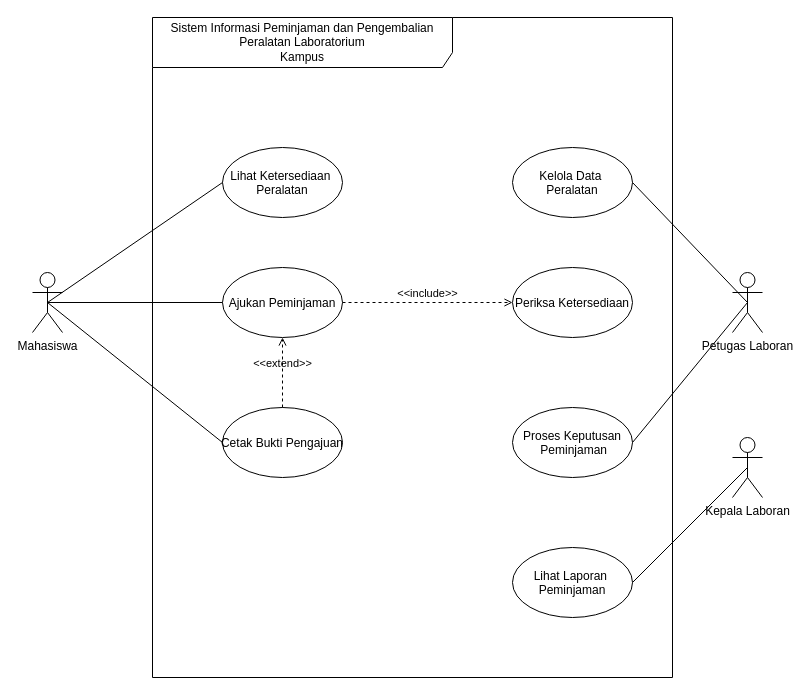
The draw.io diagram 03_latihan_tools/P03/LAB/P03_2406093_LAB_usecase_v01.drawio in rovicantikk/IFRWP5149_2406093_LabAlat, before the edit. Source tidied: cells renumbered, new cells numbered last; positions are measured from the earlier drawing's top-left corner, leaving out a move shared by most shapes. Both pictures are drawn from the tidied source at 100%, with x=0, y=0 at pixel (32, 17).
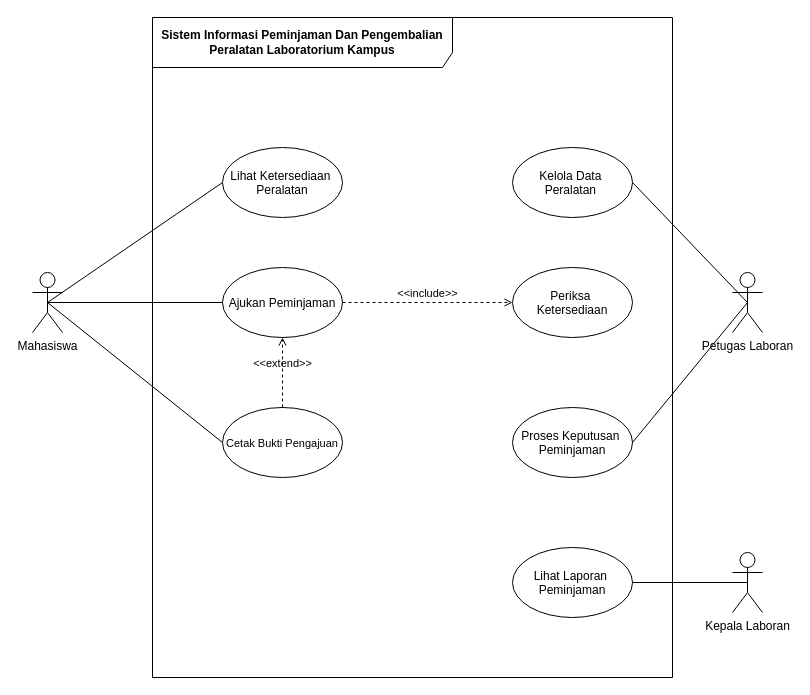
The same page after the edit.

Commit message (it also covers changes not shown here):
Pertemuan 3 Use Case Diagram

Unchanged cells that the change refers to:
```xml
<mxCell id="5" value="Lihat Laporan &#10;Peminjaman" style="ellipse;" parent="2" vertex="1">
  <mxGeometry x="360" y="530" width="120" height="70" as="geometry" />
</mxCell>
<mxCell id="13" value="Petugas Laboran" style="shape=umlActor;verticalLabelPosition=bottom;verticalAlign=top;html=1;" parent="1" vertex="1">
  <mxGeometry x="700" y="255" width="30" height="60" as="geometry" />
</mxCell>
```

Diff of the diagram source:
```diff
@@
-    <mxCell id="2" value="Sistem Informasi Peminjaman dan Pengembalian Peralatan Laboratorium&lt;br/&gt;Kampus" style="shape=umlFrame;whiteSpace=wrap;html=1;width=300;height=50;" parent="1" vertex="1">
+    <mxCell id="2" value="&lt;b&gt;Sistem Informasi Peminjaman Dan Pengembalian&lt;/b&gt;&lt;div&gt;&lt;b&gt;Peralatan Laboratorium Kampus&lt;/b&gt;&lt;/div&gt;" style="shape=umlFrame;whiteSpace=wrap;html=1;width=300;height=50;" parent="1" vertex="1">
       <mxGeometry x="120" width="520" height="660" as="geometry" />
     </mxCell>
@@
-    <mxCell id="4" value="Kelola Data &#10;Peralatan" style="ellipse;" parent="2" vertex="1">
+    <mxCell id="4" value="Kelola Data &#10;Peralatan " style="ellipse;" parent="2" vertex="1">
       <mxGeometry x="360" y="130" width="120" height="70" as="geometry" />
     </mxCell>
@@
-    <mxCell id="7" value="Cetak Bukti Pengajuan" style="ellipse;" parent="2" vertex="1">
+    <mxCell id="7" value="Cetak Bukti Pengajuan" style="ellipse;fontSize=11;" parent="2" vertex="1">
       <mxGeometry x="70" y="390" width="120" height="70" as="geometry" />
     </mxCell>
-    <mxCell id="8" value="Proses Keputusan&#10; Peminjaman" style="ellipse;" parent="2" vertex="1">
-      <mxGeometry x="360" y="390" width="120" height="70" as="geometry" />
-    </mxCell>
-    <mxCell id="9" value="Periksa Ketersediaan" style="ellipse;" parent="2" vertex="1">
+    <mxCell id="9" value="Periksa &#10;Ketersediaan" style="ellipse;" parent="2" vertex="1">
       <mxGeometry x="360" y="250" width="120" height="70" as="geometry" />
     </mxCell>
@@
+    <mxCell id="8" value="Proses Keputusan &#10;Peminjaman" style="ellipse;" parent="2" vertex="1">
+      <mxGeometry x="360" y="390" width="120" height="70" as="geometry" />
+    </mxCell>
@@
+    <mxCell id="21" style="edgeStyle=none;html=1;exitX=0.5;exitY=0.5;exitDx=0;exitDy=0;exitPerimeter=0;entryX=1;entryY=0.5;entryDx=0;entryDy=0;startArrow=none;startFill=0;endArrow=none;endFill=0;" parent="1" edge="1" source="13" target="8">
+      <mxGeometry relative="1" as="geometry" />
+    </mxCell>
@@
-    <mxCell id="14" value="Kepala Laboran" style="shape=umlActor;verticalLabelPosition=bottom;verticalAlign=top;html=1;" parent="1" vertex="1">
-      <mxGeometry x="700" y="420" width="30" height="60" as="geometry" />
-    </mxCell>
@@
-    <mxCell id="19" style="endArrow=none;html=1;rounded=0;entryX=0.5;entryY=0.5;entryDx=0;entryDy=0;entryPerimeter=0;exitX=1;exitY=0.5;exitDx=0;exitDy=0;" parent="1" edge="1" source="8" target="13">
-      <mxGeometry relative="1" as="geometry" />
-    </mxCell>
-    <mxCell id="20" style="endArrow=none;html=1;rounded=0;entryX=0.5;entryY=0.5;entryDx=0;entryDy=0;entryPerimeter=0;exitX=1;exitY=0.5;exitDx=0;exitDy=0;" parent="1" edge="1" source="5" target="14">
-      <mxGeometry relative="1" as="geometry" />
-    </mxCell>
+    <mxCell id="22" style="edgeStyle=none;html=1;exitX=0.5;exitY=0.5;exitDx=0;exitDy=0;exitPerimeter=0;entryX=1;entryY=0.5;entryDx=0;entryDy=0;endArrow=none;endFill=0;" parent="1" edge="1" source="14" target="5">
+      <mxGeometry relative="1" as="geometry" />
+    </mxCell>
+    <mxCell id="14" value="Kepala Laboran" style="shape=umlActor;verticalLabelPosition=bottom;verticalAlign=top;html=1;" parent="1" vertex="1">
+      <mxGeometry x="700" y="535" width="30" height="60" as="geometry" />
+    </mxCell>
```
